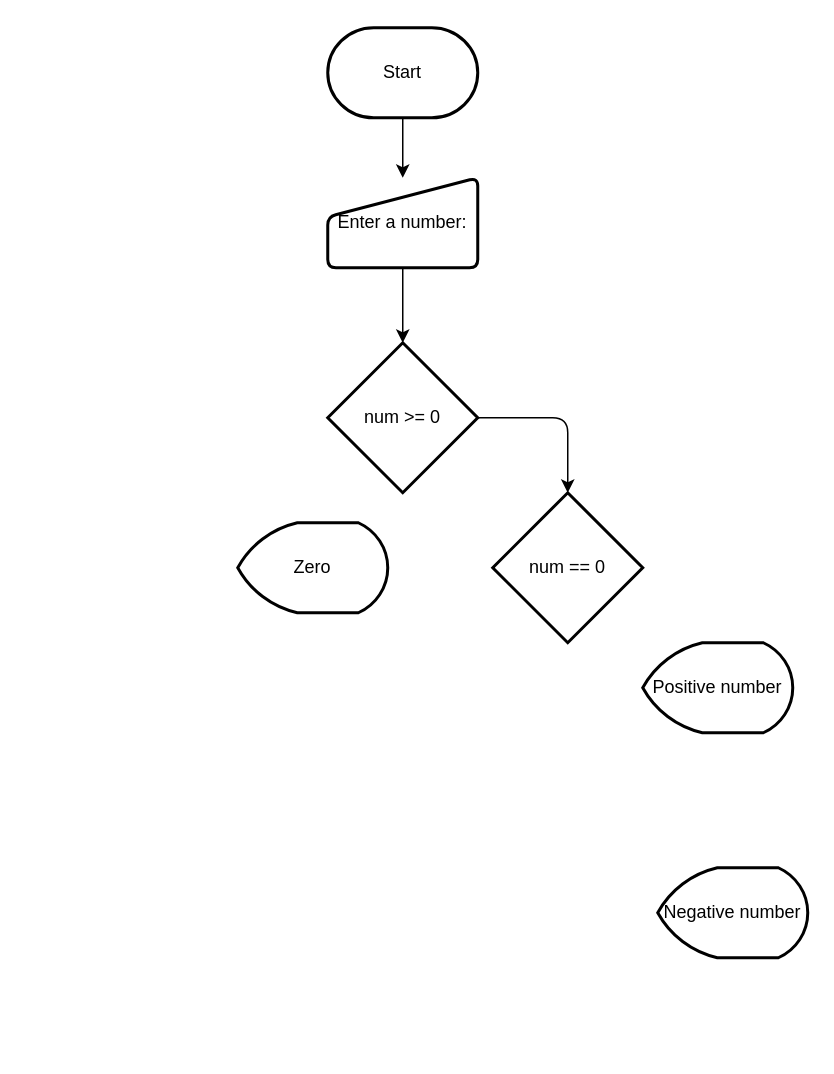
PatcharaphonKoosomsarp/Compro_1 keeps this draw.io diagram as L.2/nested-if.drawio. Above is the earlier version. Source tidied: cells renumbered, new cells numbered last; positions are measured from the earlier drawing's top-left corner, leaving out a move shared by most shapes. Both pictures are drawn from the tidied source at 150%, with x=0, y=0 at pixel (237, 27).
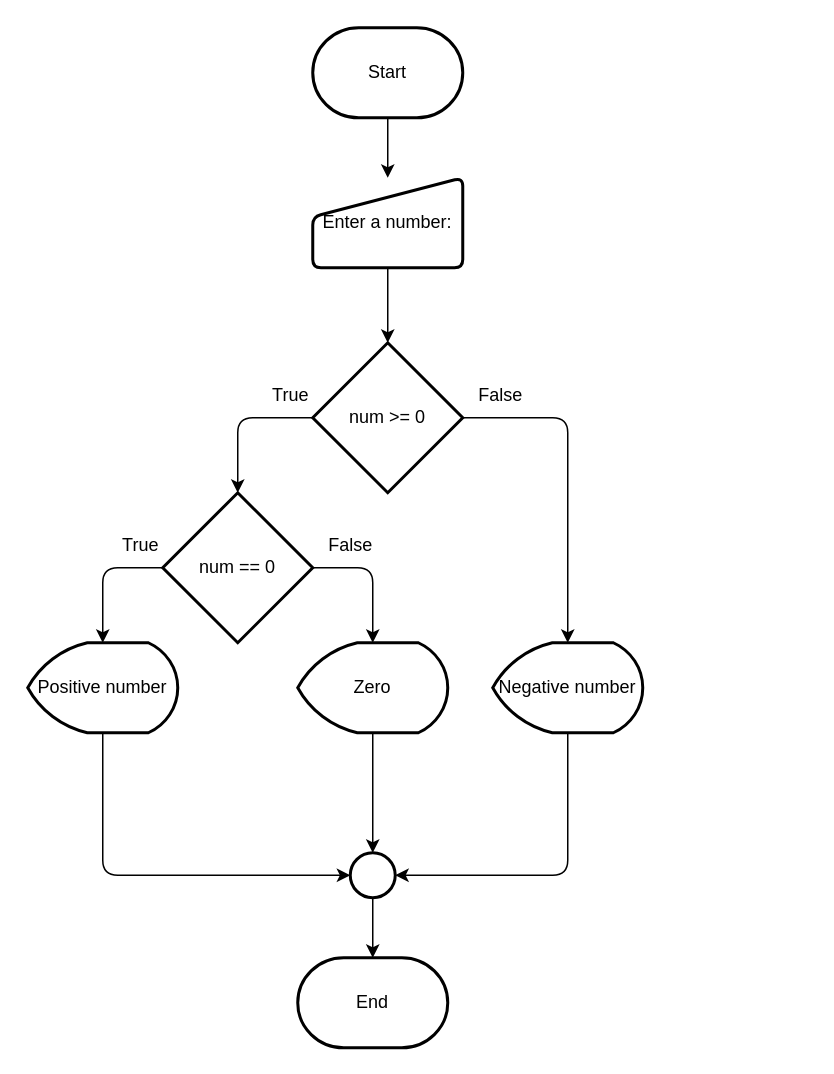
After the change.

What changed in the source:
```diff
@@
     <mxCell id="3" value="Start" style="strokeWidth=2;html=1;shape=mxgraph.flowchart.terminator;whiteSpace=wrap;" parent="1" vertex="1">
-      <mxGeometry x="60" width="100" height="60" as="geometry" />
+      <mxGeometry x="50" width="100" height="60" as="geometry" />
     </mxCell>
@@
     <mxCell id="5" value="Enter a number:" style="html=1;strokeWidth=2;shape=manualInput;whiteSpace=wrap;rounded=1;size=26;arcSize=11;" parent="1" vertex="1">
-      <mxGeometry x="60" y="100" width="100" height="60" as="geometry" />
+      <mxGeometry x="50" y="100" width="100" height="60" as="geometry" />
     </mxCell>
     <mxCell id="6" style="edgeStyle=none;html=1;entryX=0.5;entryY=0;entryDx=0;entryDy=0;entryPerimeter=0;" parent="1" edge="1" source="7" target="8">
       <mxGeometry relative="1" as="geometry">
         <Array as="points">
-          <mxPoint x="220" y="260" />
+          <mxPoint y="260" />
         </Array>
       </mxGeometry>
     </mxCell>
+    <mxCell id="12" style="edgeStyle=none;html=1;entryX=0.5;entryY=0;entryDx=0;entryDy=0;entryPerimeter=0;" parent="1" edge="1" source="7" target="11">
+      <mxGeometry relative="1" as="geometry">
+        <Array as="points">
+          <mxPoint x="220" y="260" />
+        </Array>
+      </mxGeometry>
+    </mxCell>
     <mxCell id="7" value="num &amp;gt;= 0" style="strokeWidth=2;html=1;shape=mxgraph.flowchart.decision;whiteSpace=wrap;" parent="1" vertex="1">
-      <mxGeometry x="60" y="210" width="100" height="100" as="geometry" />
+      <mxGeometry x="50" y="210" width="100" height="100" as="geometry" />
     </mxCell>
+    <mxCell id="13" style="edgeStyle=none;html=1;entryX=0.5;entryY=0;entryDx=0;entryDy=0;entryPerimeter=0;" parent="1" edge="1" source="8" target="10">
+      <mxGeometry relative="1" as="geometry">
+        <Array as="points">
+          <mxPoint x="-90" y="360" />
+        </Array>
+      </mxGeometry>
+    </mxCell>
+    <mxCell id="14" style="edgeStyle=none;html=1;entryX=0.5;entryY=0;entryDx=0;entryDy=0;entryPerimeter=0;" parent="1" edge="1" target="9">
+      <mxGeometry relative="1" as="geometry">
+        <mxPoint x="40" y="360" as="sourcePoint" />
+        <Array as="points">
+          <mxPoint x="90" y="360" />
+        </Array>
+      </mxGeometry>
+    </mxCell>
     <mxCell id="8" value="num == 0" style="strokeWidth=2;html=1;shape=mxgraph.flowchart.decision;whiteSpace=wrap;" parent="1" vertex="1">
-      <mxGeometry x="170" y="310" width="100" height="100" as="geometry" />
+      <mxGeometry x="-50" y="310" width="100" height="100" as="geometry" />
     </mxCell>
+    <mxCell id="15" style="edgeStyle=none;html=1;entryX=0.5;entryY=0;entryDx=0;entryDy=0;entryPerimeter=0;" parent="1" edge="1" source="9" target="20">
+      <mxGeometry relative="1" as="geometry" />
+    </mxCell>
     <mxCell id="9" value="Zero" style="strokeWidth=2;html=1;shape=mxgraph.flowchart.display;whiteSpace=wrap;" parent="1" vertex="1">
-      <mxGeometry y="330" width="100" height="60" as="geometry" />
+      <mxGeometry x="40" y="410" width="100" height="60" as="geometry" />
     </mxCell>
+    <mxCell id="16" style="edgeStyle=none;html=1;entryX=0;entryY=0.5;entryDx=0;entryDy=0;entryPerimeter=0;" parent="1" edge="1" source="10" target="20">
+      <mxGeometry relative="1" as="geometry">
+        <Array as="points">
+          <mxPoint x="-90" y="565" />
+        </Array>
+      </mxGeometry>
+    </mxCell>
     <mxCell id="10" value="Positive number" style="strokeWidth=2;html=1;shape=mxgraph.flowchart.display;whiteSpace=wrap;" parent="1" vertex="1">
-      <mxGeometry x="270" y="410" width="100" height="60" as="geometry" />
+      <mxGeometry x="-140" y="410" width="100" height="60" as="geometry" />
     </mxCell>
+    <mxCell id="17" style="edgeStyle=none;html=1;entryX=1;entryY=0.5;entryDx=0;entryDy=0;entryPerimeter=0;" parent="1" edge="1" source="11" target="20">
+      <mxGeometry relative="1" as="geometry">
+        <Array as="points">
+          <mxPoint x="220" y="565" />
+        </Array>
+      </mxGeometry>
+    </mxCell>
     <mxCell id="11" value="Negative number" style="strokeWidth=2;html=1;shape=mxgraph.flowchart.display;whiteSpace=wrap;" parent="1" vertex="1">
-      <mxGeometry x="280" y="560" width="100" height="60" as="geometry" />
+      <mxGeometry x="170" y="410" width="100" height="60" as="geometry" />
     </mxCell>
+    <mxCell id="18" value="End" style="strokeWidth=2;html=1;shape=mxgraph.flowchart.terminator;whiteSpace=wrap;" parent="1" vertex="1">
+      <mxGeometry x="40" y="620" width="100" height="60" as="geometry" />
+    </mxCell>
+    <mxCell id="19" style="edgeStyle=none;html=1;entryX=0.5;entryY=0;entryDx=0;entryDy=0;entryPerimeter=0;" parent="1" edge="1" source="20" target="18">
+      <mxGeometry relative="1" as="geometry" />
+    </mxCell>
+    <mxCell id="20" style="strokeWidth=2;html=1;shape=mxgraph.flowchart.start_2;whiteSpace=wrap;" parent="1" vertex="1">
+      <mxGeometry x="75" y="550" width="30" height="30" as="geometry" />
+    </mxCell>
+    <mxCell id="21" value="True" style="text;html=1;align=center;verticalAlign=middle;strokeColor=none;fillColor=none;" parent="1" vertex="1">
+      <mxGeometry x="10" y="230" width="50" height="30" as="geometry" />
+    </mxCell>
+    <mxCell id="22" value="True" style="text;html=1;align=center;verticalAlign=middle;strokeColor=none;fillColor=none;" parent="1" vertex="1">
+      <mxGeometry x="-90" y="330" width="50" height="30" as="geometry" />
+    </mxCell>
+    <mxCell id="23" value="False" style="text;html=1;align=center;verticalAlign=middle;strokeColor=none;fillColor=none;" parent="1" vertex="1">
+      <mxGeometry x="50" y="330" width="50" height="30" as="geometry" />
+    </mxCell>
+    <mxCell id="24" value="False" style="text;html=1;align=center;verticalAlign=middle;strokeColor=none;fillColor=none;" parent="1" vertex="1">
+      <mxGeometry x="150" y="230" width="50" height="30" as="geometry" />
+    </mxCell>
```
